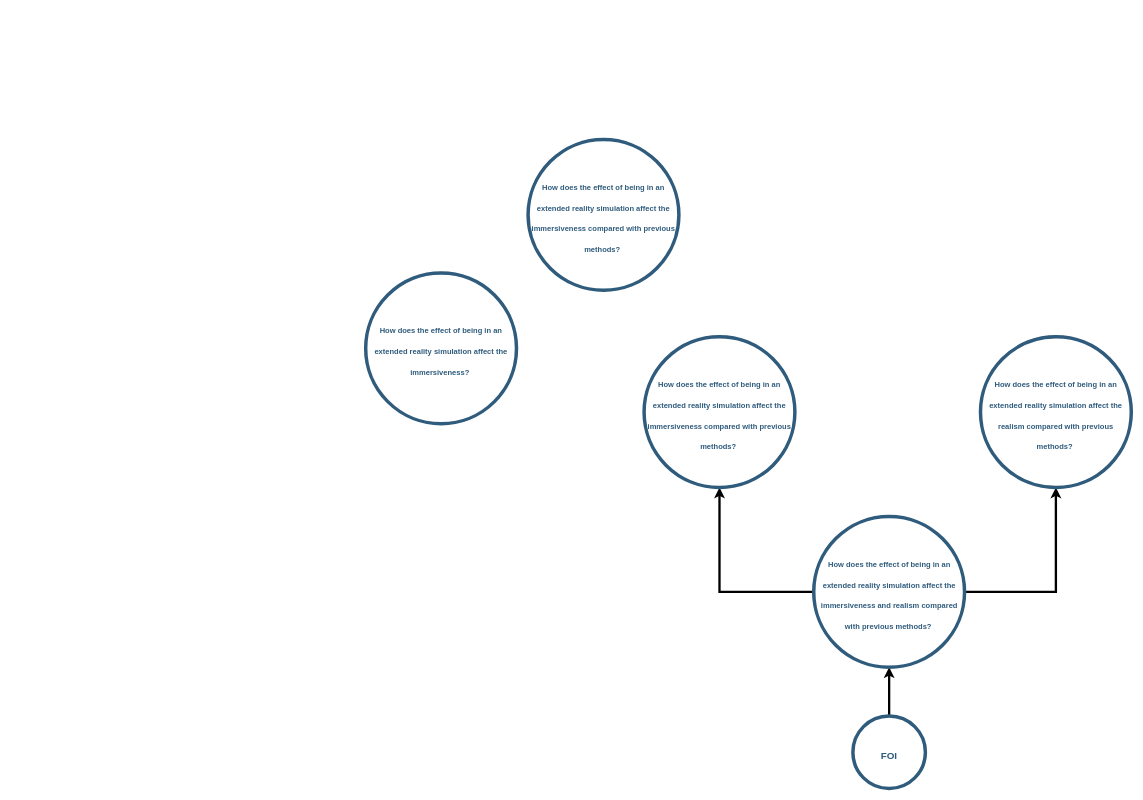
RabaDabaDoba/FOI keeps this draw.io diagram as page "Question tree" (2 of 3) of DrawIO/Untitled Diagram.drawio. Above is the earlier version. Source tidied: cells renumbered, new cells numbered last; positions are measured from the earlier drawing's top-left corner, leaving out a move shared by most shapes. Both pictures are drawn from the tidied source at 58%, with x=0, y=0 at pixel (365, 139).
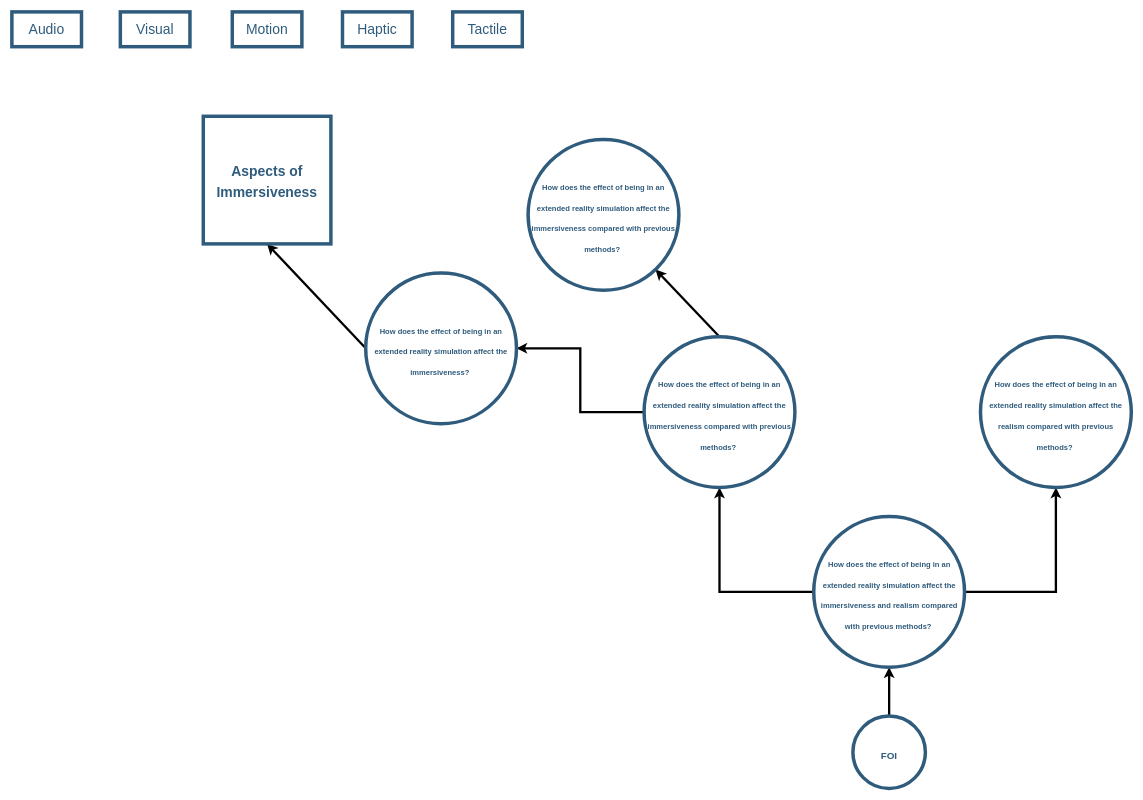
Above is the later version.

Change to the diagram source:
```diff
@@
 <mxGraphModel>
   <root>
     <mxCell id="0" />
     <mxCell id="1" parent="0" />
     <mxCell id="2" style="edgeStyle=orthogonalEdgeStyle;rounded=0;jettySize=auto;html=1;exitX=0.5;exitY=0;exitDx=0;exitDy=0;fontSize=17;strokeWidth=4;" parent="1" edge="1" source="3" target="6">
       <mxGeometry relative="1" as="geometry" />
     </mxCell>
     <mxCell id="3" value="&lt;font style=&quot;font-size: 17px&quot;&gt;FOI&lt;/font&gt;" style="ellipse;whiteSpace=wrap;html=1;shadow=0;fontFamily=Helvetica;fontSize=30;fontColor=#2F5B7C;align=center;strokeColor=#2F5B7C;strokeWidth=6;fillColor=#FFFFFF;fontStyle=1;gradientColor=none;" parent="1" vertex="1">
       <mxGeometry x="840" y="994" width="125" height="125" as="geometry" />
     </mxCell>
     <mxCell id="4" style="edgeStyle=orthogonalEdgeStyle;rounded=0;jettySize=auto;html=1;exitX=0;exitY=0.5;exitDx=0;exitDy=0;entryX=0.5;entryY=1;entryDx=0;entryDy=0;fontSize=13;strokeWidth=4;" parent="1" edge="1" source="6" target="7">
       <mxGeometry relative="1" as="geometry" />
     </mxCell>
     <mxCell id="5" style="edgeStyle=orthogonalEdgeStyle;rounded=0;jettySize=auto;html=1;exitX=1;exitY=0.5;exitDx=0;exitDy=0;entryX=0.5;entryY=1;entryDx=0;entryDy=0;fontSize=13;strokeWidth=4;" parent="1" edge="1" source="6" target="8">
       <mxGeometry relative="1" as="geometry" />
     </mxCell>
     <mxCell id="6" value="&lt;font style=&quot;font-size: 13px&quot;&gt;How does the effect of being in an extended reality simulation affect the immersiveness and realism compared with previous methods?&amp;nbsp;&lt;/font&gt;" style="ellipse;whiteSpace=wrap;html=1;shadow=0;fontFamily=Helvetica;fontSize=30;fontColor=#2F5B7C;align=center;strokeColor=#2F5B7C;strokeWidth=6;fillColor=#FFFFFF;fontStyle=1;gradientColor=none;" parent="1" vertex="1">
       <mxGeometry x="772.5" y="650" width="260" height="260" as="geometry" />
     </mxCell>
+    <mxCell id="11" style="edgeStyle=orthogonalEdgeStyle;rounded=0;jettySize=auto;html=1;fontFamily=Helvetica;fontSize=30;fontColor=#2F5B7C;strokeWidth=4;" parent="1" edge="1" source="7" target="9">
+      <mxGeometry relative="1" as="geometry" />
+    </mxCell>
+    <mxCell id="12" style="rounded=0;jettySize=auto;html=1;exitX=0.5;exitY=0;exitDx=0;exitDy=0;fontFamily=Helvetica;fontSize=30;fontColor=#2F5B7C;strokeWidth=4;" parent="1" edge="1" source="7" target="10">
+      <mxGeometry relative="1" as="geometry" />
+    </mxCell>
     <mxCell id="7" value="&lt;font style=&quot;font-size: 13px&quot;&gt;How does the effect of being in an extended reality simulation affect the immersiveness compared with previous methods?&amp;nbsp;&lt;/font&gt;" style="ellipse;whiteSpace=wrap;html=1;shadow=0;fontFamily=Helvetica;fontSize=30;fontColor=#2F5B7C;align=center;strokeColor=#2F5B7C;strokeWidth=6;fillColor=#FFFFFF;fontStyle=1;gradientColor=none;" parent="1" vertex="1">
       <mxGeometry x="480" y="340" width="260" height="260" as="geometry" />
     </mxCell>
     <mxCell id="8" value="&lt;font style=&quot;font-size: 13px&quot;&gt;How does the effect of being in an extended reality simulation affect the realism compared with previous methods?&amp;nbsp;&lt;/font&gt;" style="ellipse;whiteSpace=wrap;html=1;shadow=0;fontFamily=Helvetica;fontSize=30;fontColor=#2F5B7C;align=center;strokeColor=#2F5B7C;strokeWidth=6;fillColor=#FFFFFF;fontStyle=1;gradientColor=none;" parent="1" vertex="1">
       <mxGeometry x="1060" y="340" width="260" height="260" as="geometry" />
     </mxCell>
+    <mxCell id="13" style="edgeStyle=none;rounded=0;jettySize=auto;html=1;exitX=0;exitY=0.5;exitDx=0;exitDy=0;fontFamily=Helvetica;fontSize=30;fontColor=#2F5B7C;strokeWidth=4;entryX=0.5;entryY=1;entryDx=0;entryDy=0;" parent="1" edge="1" source="9" target="14">
+      <mxGeometry relative="1" as="geometry" />
+    </mxCell>
     <mxCell id="9" value="&lt;font style=&quot;font-size: 13px&quot;&gt;How does the effect of being in an extended reality simulation affect the immersiveness?&amp;nbsp;&lt;/font&gt;" style="ellipse;whiteSpace=wrap;html=1;shadow=0;fontFamily=Helvetica;fontSize=30;fontColor=#2F5B7C;align=center;strokeColor=#2F5B7C;strokeWidth=6;fillColor=#FFFFFF;fontStyle=1;gradientColor=none;" parent="1" vertex="1">
       <mxGeometry y="230" width="260" height="260" as="geometry" />
     </mxCell>
     <mxCell id="10" value="&lt;font style=&quot;font-size: 13px&quot;&gt;How does the effect of being in an extended reality simulation affect the immersiveness compared with previous methods?&amp;nbsp;&lt;/font&gt;" style="ellipse;whiteSpace=wrap;html=1;shadow=0;fontFamily=Helvetica;fontSize=30;fontColor=#2F5B7C;align=center;strokeColor=#2F5B7C;strokeWidth=6;fillColor=#FFFFFF;fontStyle=1;gradientColor=none;" parent="1" vertex="1">
       <mxGeometry x="280" width="260" height="260" as="geometry" />
     </mxCell>
+    <mxCell id="14" value="&lt;font style=&quot;font-size: 24px&quot;&gt;Aspects of Immersiveness&lt;/font&gt;" style="whiteSpace=wrap;html=1;shadow=0;fontFamily=Helvetica;fontSize=30;fontColor=#2F5B7C;strokeColor=#2F5B7C;strokeWidth=6;fillColor=#FFFFFF;gradientColor=none;fontStyle=1;rounded=0;" parent="1" vertex="1">
+      <mxGeometry x="-280" y="-40" width="220" height="220" as="geometry" />
+    </mxCell>
+    <mxCell id="15" value="Audio" style="rounded=0;whiteSpace=wrap;html=1;shadow=0;fontFamily=Helvetica;fontSize=24;fontColor=#2F5B7C;strokeColor=#2F5B7C;strokeWidth=6;fillColor=#FFFFFF;gradientColor=none;" parent="1" vertex="1">
+      <mxGeometry x="-610" y="-220" width="120" height="60" as="geometry" />
+    </mxCell>
+    <mxCell id="16" value="Visual" style="rounded=0;whiteSpace=wrap;html=1;shadow=0;fontFamily=Helvetica;fontSize=24;fontColor=#2F5B7C;strokeColor=#2F5B7C;strokeWidth=6;fillColor=#FFFFFF;gradientColor=none;" parent="1" vertex="1">
+      <mxGeometry x="-423" y="-220" width="120" height="60" as="geometry" />
+    </mxCell>
+    <mxCell id="17" value="Motion" style="rounded=0;whiteSpace=wrap;html=1;shadow=0;fontFamily=Helvetica;fontSize=24;fontColor=#2F5B7C;strokeColor=#2F5B7C;strokeWidth=6;fillColor=#FFFFFF;gradientColor=none;" parent="1" vertex="1">
+      <mxGeometry x="-230" y="-220" width="120" height="60" as="geometry" />
+    </mxCell>
+    <mxCell id="18" value="Haptic" style="rounded=0;whiteSpace=wrap;html=1;shadow=0;fontFamily=Helvetica;fontSize=24;fontColor=#2F5B7C;strokeColor=#2F5B7C;strokeWidth=6;fillColor=#FFFFFF;gradientColor=none;" parent="1" vertex="1">
+      <mxGeometry x="-40" y="-220" width="120" height="60" as="geometry" />
+    </mxCell>
+    <mxCell id="19" value="Tactile" style="rounded=0;whiteSpace=wrap;html=1;shadow=0;fontFamily=Helvetica;fontSize=24;fontColor=#2F5B7C;strokeColor=#2F5B7C;strokeWidth=6;fillColor=#FFFFFF;gradientColor=none;" parent="1" vertex="1">
+      <mxGeometry x="150" y="-220" width="120" height="60" as="geometry" />
+    </mxCell>
   </root>
 </mxGraphModel>
```
